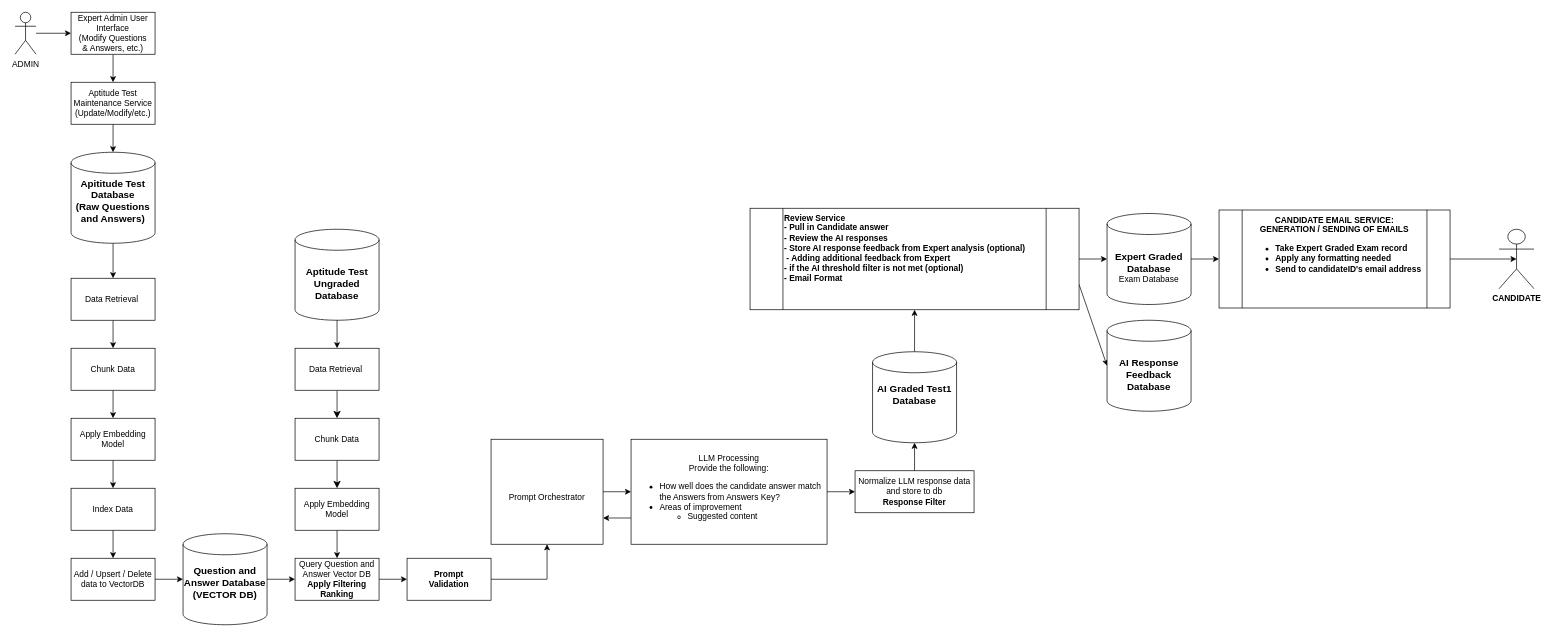
This is diagrams/ai-short-answer-auto-grader.drawio from mmat1/skynet-ai-2025, a draw.io file, before an edit. Source tidied: cells renumbered, new cells numbered last; positions are measured from the earlier drawing's top-left corner, leaving out a move shared by most shapes. Both pictures are drawn from the tidied source at 70%, with x=0, y=0 at pixel (15, 12).
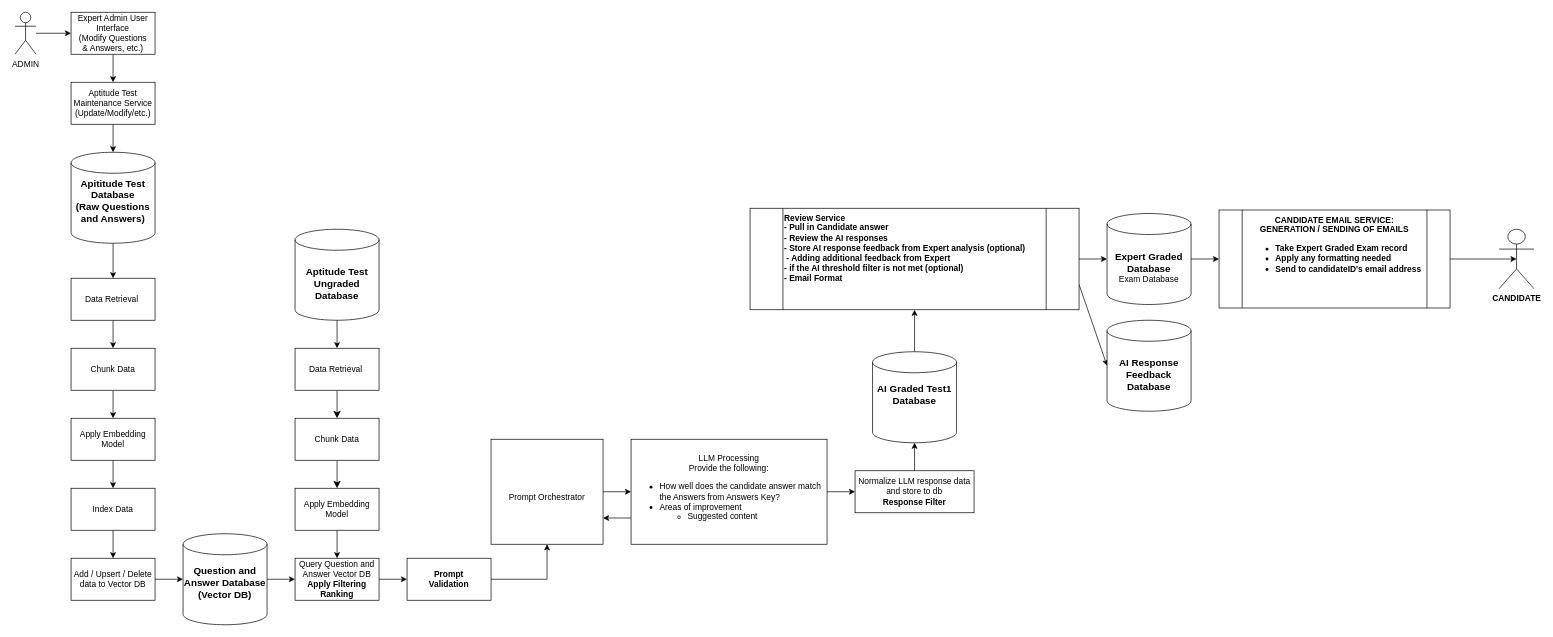
The same page after the edit.

Commit message:
adjust capitalization

The edit, as a diff of the source:
```diff
@@
-    <mxCell id="12" value="&lt;b&gt;&lt;font style=&quot;font-size: 14px;&quot;&gt;Question and Answer Database (VECTOR DB)&lt;/font&gt;&lt;/b&gt;&lt;div&gt;&lt;b&gt;&lt;font style=&quot;font-size: 14px;&quot;&gt;&lt;br&gt;&lt;/font&gt;&lt;/b&gt;&lt;/div&gt;" style="shape=cylinder3;whiteSpace=wrap;html=1;boundedLbl=1;backgroundOutline=1;size=15;" parent="1" vertex="1">
+    <mxCell id="12" value="&lt;b&gt;&lt;font style=&quot;font-size: 14px;&quot;&gt;Question and Answer Database (Vector DB)&lt;/font&gt;&lt;/b&gt;&lt;div&gt;&lt;b&gt;&lt;font style=&quot;font-size: 14px;&quot;&gt;&lt;br&gt;&lt;/font&gt;&lt;/b&gt;&lt;/div&gt;" style="shape=cylinder3;whiteSpace=wrap;html=1;boundedLbl=1;backgroundOutline=1;size=15;" parent="1" vertex="1">
       <mxGeometry x="240" y="745" width="120" height="130" as="geometry" />
     </mxCell>
@@
-    <mxCell id="16" value="Add / Upsert / Delete data to VectorDB" style="rounded=0;whiteSpace=wrap;html=1;" parent="1" vertex="1">
+    <mxCell id="16" value="Add / Upsert / Delete data to Vector DB" style="rounded=0;whiteSpace=wrap;html=1;" parent="1" vertex="1">
       <mxGeometry x="80" y="780" width="120" height="60" as="geometry" />
     </mxCell>
```
